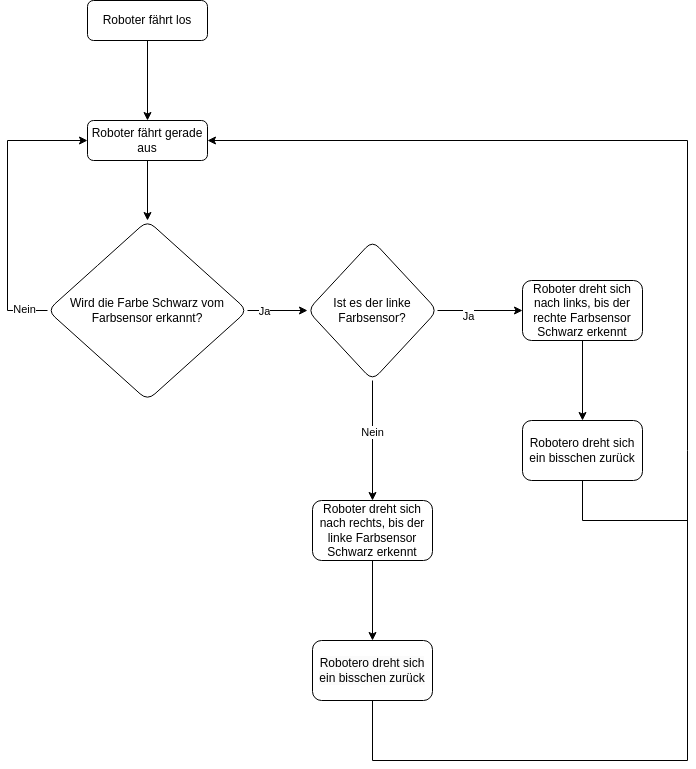
Above: SensorTwo.drawio.png in Vin1X/Lego-Spike-Movement (draw.io), before the change. Source tidied: cells renumbered, new cells last; positions are measured from the earlier drawing's top-left corner, leaving out a move shared by most shapes. Its diagram source:
```xml
<mxGraphModel>
  <root>
    <mxCell id="0" />
    <mxCell id="1" parent="0" />
    <mxCell id="2" style="edgeStyle=orthogonalEdgeStyle;rounded=0;jettySize=auto;html=1;" parent="1" edge="1" source="3" target="5">
      <mxGeometry relative="1" as="geometry" />
    </mxCell>
    <mxCell id="3" value="Roboter fährt los" style="rounded=1;whiteSpace=wrap;html=1;fontSize=12;glass=0;strokeWidth=1;shadow=0;" parent="1" vertex="1">
      <mxGeometry x="80" width="120" height="40" as="geometry" />
    </mxCell>
    <mxCell id="4" style="edgeStyle=orthogonalEdgeStyle;rounded=0;jettySize=auto;html=1;" parent="1" edge="1" source="5" target="8">
      <mxGeometry relative="1" as="geometry" />
    </mxCell>
    <mxCell id="5" value="Roboter fährt gerade aus" style="rounded=1;whiteSpace=wrap;html=1;fontSize=12;glass=0;strokeWidth=1;shadow=0;" parent="1" vertex="1">
      <mxGeometry x="80" y="120" width="120" height="40" as="geometry" />
    </mxCell>
    <mxCell id="6" style="edgeStyle=orthogonalEdgeStyle;rounded=0;jettySize=auto;html=1;" parent="1" edge="1" source="8" target="15">
      <mxGeometry relative="1" as="geometry" />
    </mxCell>
    <mxCell id="7" value="Ja" style="edgeLabel;html=1;align=center;verticalAlign=middle;" parent="6" vertex="1">
      <mxGeometry x="-0.47" relative="1" as="geometry" />
    </mxCell>
    <mxCell id="8" value="Wird die Farbe Schwarz vom Farbsensor erkannt?" style="rhombus;whiteSpace=wrap;html=1;rounded=1;glass=0;strokeWidth=1;shadow=0;" parent="1" vertex="1">
      <mxGeometry x="40" y="220" width="200" height="180" as="geometry" />
    </mxCell>
    <mxCell id="9" style="endArrow=classic;html=1;rounded=0;exitX=0;exitY=0.5;exitDx=0;exitDy=0;entryX=0;entryY=0.5;entryDx=0;entryDy=0;" parent="1" edge="1" source="8" target="5">
      <mxGeometry relative="1" as="geometry">
        <Array as="points">
          <mxPoint y="310" />
          <mxPoint y="140" />
        </Array>
      </mxGeometry>
    </mxCell>
    <mxCell id="10" value="Nein" style="edgeLabel;html=1;align=center;verticalAlign=middle;" parent="9" vertex="1">
      <mxGeometry x="-0.83" y="-2" relative="1" as="geometry" />
    </mxCell>
    <mxCell id="11" style="edgeStyle=orthogonalEdgeStyle;rounded=0;jettySize=auto;html=1;" parent="1" edge="1" source="15" target="17">
      <mxGeometry relative="1" as="geometry" />
    </mxCell>
    <mxCell id="12" value="Ja" style="edgeLabel;html=1;align=center;verticalAlign=middle;" parent="11" vertex="1">
      <mxGeometry x="-0.29" y="-5" relative="1" as="geometry" />
    </mxCell>
    <mxCell id="13" style="edgeStyle=orthogonalEdgeStyle;rounded=0;jettySize=auto;html=1;" parent="1" edge="1" source="15" target="20">
      <mxGeometry relative="1" as="geometry" />
    </mxCell>
    <mxCell id="14" value="Nein" style="edgeLabel;html=1;align=center;verticalAlign=middle;" parent="13" vertex="1">
      <mxGeometry x="-0.15" y="-1" relative="1" as="geometry" />
    </mxCell>
    <mxCell id="15" value="Ist es der linke Farbsensor?" style="rhombus;whiteSpace=wrap;html=1;rounded=1;glass=0;strokeWidth=1;shadow=0;" parent="1" vertex="1">
      <mxGeometry x="300" y="240" width="130" height="140" as="geometry" />
    </mxCell>
    <mxCell id="16" style="edgeStyle=orthogonalEdgeStyle;rounded=0;jettySize=auto;html=1;" parent="1" edge="1" source="17" target="18">
      <mxGeometry relative="1" as="geometry" />
    </mxCell>
    <mxCell id="17" value="Roboter dreht sich nach links, bis der rechte Farbsensor Schwarz erkennt" style="whiteSpace=wrap;html=1;rounded=1;glass=0;strokeWidth=1;shadow=0;" parent="1" vertex="1">
      <mxGeometry x="515" y="280" width="120" height="60" as="geometry" />
    </mxCell>
    <mxCell id="18" value="Robotero dreht sich ein bisschen zurück" style="whiteSpace=wrap;html=1;rounded=1;glass=0;strokeWidth=1;shadow=0;" parent="1" vertex="1">
      <mxGeometry x="515" y="420" width="120" height="60" as="geometry" />
    </mxCell>
    <mxCell id="19" style="edgeStyle=orthogonalEdgeStyle;rounded=0;jettySize=auto;html=1;" parent="1" edge="1" source="20" target="21">
      <mxGeometry relative="1" as="geometry" />
    </mxCell>
    <mxCell id="20" value="Roboter dreht sich nach rechts, bis der linke Farbsensor Schwarz erkennt" style="whiteSpace=wrap;html=1;rounded=1;glass=0;strokeWidth=1;shadow=0;" parent="1" vertex="1">
      <mxGeometry x="305" y="500" width="120" height="60" as="geometry" />
    </mxCell>
    <mxCell id="21" value="&lt;span style=&quot;color: rgb(0, 0, 0); font-family: Helvetica; font-size: 12px; font-style: normal; font-variant-ligatures: normal; font-variant-caps: normal; font-weight: 400; letter-spacing: normal; orphans: 2; text-align: center; text-indent: 0px; text-transform: none; widows: 2; word-spacing: 0px; -webkit-text-stroke-width: 0px; white-space: normal; background-color: rgb(251, 251, 251); text-decoration-thickness: initial; text-decoration-style: initial; text-decoration-color: initial; display: inline !important; float: none;&quot;&gt;Robotero dreht sich ein bisschen zurück&lt;/span&gt;" style="whiteSpace=wrap;html=1;rounded=1;glass=0;strokeWidth=1;shadow=0;" parent="1" vertex="1">
      <mxGeometry x="305" y="640" width="120" height="60" as="geometry" />
    </mxCell>
    <mxCell id="22" style="endArrow=classic;html=1;rounded=0;exitX=0.5;exitY=1;exitDx=0;exitDy=0;entryX=1;entryY=0.5;entryDx=0;entryDy=0;" parent="1" edge="1" source="21" target="5">
      <mxGeometry relative="1" as="geometry">
        <Array as="points">
          <mxPoint x="365" y="760" />
          <mxPoint x="680" y="760" />
          <mxPoint x="680" y="140" />
        </Array>
      </mxGeometry>
    </mxCell>
    <mxCell id="23" style="endArrow=none;html=1;rounded=0;entryX=0.5;entryY=1;entryDx=0;entryDy=0;" parent="1" edge="1" target="18">
      <mxGeometry relative="1" as="geometry">
        <mxPoint x="680" y="520" as="sourcePoint" />
        <Array as="points">
          <mxPoint x="575" y="520" />
        </Array>
      </mxGeometry>
    </mxCell>
  </root>
</mxGraphModel>
```
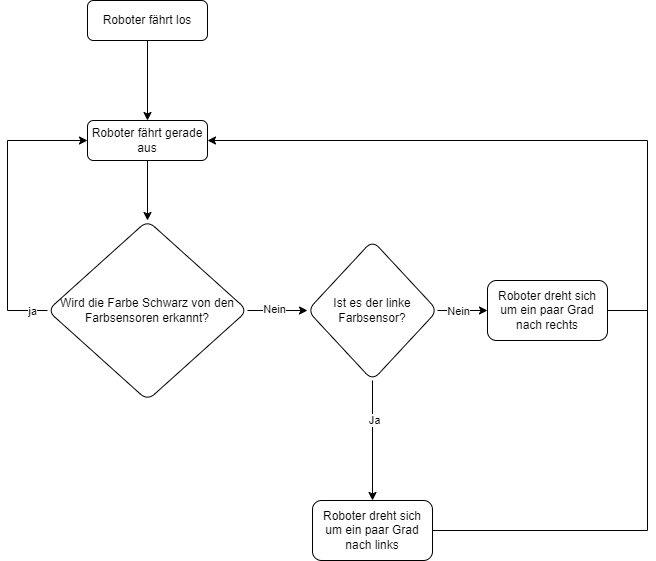
After the commit.

What changed in the source:
```diff
@@ -14,15 +14,26 @@
     <mxCell id="5" value="Roboter fährt gerade aus" style="rounded=1;whiteSpace=wrap;html=1;fontSize=12;glass=0;strokeWidth=1;shadow=0;" parent="1" vertex="1">
       <mxGeometry x="80" y="120" width="120" height="40" as="geometry" />
     </mxCell>
-    <mxCell id="6" style="edgeStyle=orthogonalEdgeStyle;rounded=0;jettySize=auto;html=1;" parent="1" edge="1" source="8" target="15">
-      <mxGeometry relative="1" as="geometry" />
-    </mxCell>
-    <mxCell id="7" value="Ja" style="edgeLabel;html=1;align=center;verticalAlign=middle;" parent="6" vertex="1">
-      <mxGeometry x="-0.47" relative="1" as="geometry" />
-    </mxCell>
-    <mxCell id="8" value="Wird die Farbe Schwarz vom Farbsensor erkannt?" style="rhombus;whiteSpace=wrap;html=1;rounded=1;glass=0;strokeWidth=1;shadow=0;" parent="1" vertex="1">
+    <mxCell id="8" value="Wird die Farbe Schwarz von den Farbsensoren erkannt?" style="rhombus;whiteSpace=wrap;html=1;rounded=1;glass=0;strokeWidth=1;shadow=0;" parent="1" vertex="1">
       <mxGeometry x="40" y="220" width="200" height="180" as="geometry" />
     </mxCell>
+    <mxCell id="24" style="edgeStyle=orthogonalEdgeStyle;rounded=0;jettySize=auto;html=1;" parent="1" edge="1" source="15" target="31">
+      <mxGeometry relative="1" as="geometry" />
+    </mxCell>
+    <mxCell id="25" value="Ja" style="edgeLabel;html=1;align=center;verticalAlign=middle;" parent="24" vertex="1">
+      <mxGeometry x="-0.35" y="1" relative="1" as="geometry" />
+    </mxCell>
+    <mxCell id="26" style="edgeStyle=orthogonalEdgeStyle;rounded=0;jettySize=auto;html=1;" parent="1" edge="1" source="15" target="32">
+      <mxGeometry relative="1" as="geometry" />
+    </mxCell>
+    <mxCell id="27" value="Nein" style="edgeLabel;html=1;align=center;verticalAlign=middle;" parent="26" vertex="1">
+      <mxGeometry x="-0.64" y="1" relative="1" as="geometry">
+        <mxPoint x="11" y="1" as="offset" />
+      </mxGeometry>
+    </mxCell>
+    <mxCell id="15" value="Ist es der linke Farbsensor?" style="rhombus;whiteSpace=wrap;html=1;rounded=1;glass=0;strokeWidth=1;shadow=0;" parent="1" vertex="1">
+      <mxGeometry x="300" y="240" width="130" height="140" as="geometry" />
+    </mxCell>
     <mxCell id="9" style="endArrow=classic;html=1;rounded=0;exitX=0;exitY=0.5;exitDx=0;exitDy=0;entryX=0;entryY=0.5;entryDx=0;entryDy=0;" parent="1" edge="1" source="8" target="5">
       <mxGeometry relative="1" as="geometry">
         <Array as="points">
@@ -31,58 +42,35 @@
         </Array>
       </mxGeometry>
     </mxCell>
-    <mxCell id="10" value="Nein" style="edgeLabel;html=1;align=center;verticalAlign=middle;" parent="9" vertex="1">
-      <mxGeometry x="-0.83" y="-2" relative="1" as="geometry" />
-    </mxCell>
-    <mxCell id="11" style="edgeStyle=orthogonalEdgeStyle;rounded=0;jettySize=auto;html=1;" parent="1" edge="1" source="15" target="17">
-      <mxGeometry relative="1" as="geometry" />
-    </mxCell>
-    <mxCell id="12" value="Ja" style="edgeLabel;html=1;align=center;verticalAlign=middle;" parent="11" vertex="1">
-      <mxGeometry x="-0.29" y="-5" relative="1" as="geometry" />
-    </mxCell>
-    <mxCell id="13" style="edgeStyle=orthogonalEdgeStyle;rounded=0;jettySize=auto;html=1;" parent="1" edge="1" source="15" target="20">
-      <mxGeometry relative="1" as="geometry" />
-    </mxCell>
-    <mxCell id="14" value="Nein" style="edgeLabel;html=1;align=center;verticalAlign=middle;" parent="13" vertex="1">
-      <mxGeometry x="-0.15" y="-1" relative="1" as="geometry" />
-    </mxCell>
-    <mxCell id="15" value="Ist es der linke Farbsensor?" style="rhombus;whiteSpace=wrap;html=1;rounded=1;glass=0;strokeWidth=1;shadow=0;" parent="1" vertex="1">
-      <mxGeometry x="300" y="240" width="130" height="140" as="geometry" />
-    </mxCell>
-    <mxCell id="16" style="edgeStyle=orthogonalEdgeStyle;rounded=0;jettySize=auto;html=1;" parent="1" edge="1" source="17" target="18">
-      <mxGeometry relative="1" as="geometry" />
-    </mxCell>
-    <mxCell id="17" value="Roboter dreht sich nach links, bis der rechte Farbsensor Schwarz erkennt" style="whiteSpace=wrap;html=1;rounded=1;glass=0;strokeWidth=1;shadow=0;" parent="1" vertex="1">
-      <mxGeometry x="515" y="280" width="120" height="60" as="geometry" />
-    </mxCell>
-    <mxCell id="18" value="Robotero dreht sich ein bisschen zurück" style="whiteSpace=wrap;html=1;rounded=1;glass=0;strokeWidth=1;shadow=0;" parent="1" vertex="1">
-      <mxGeometry x="515" y="420" width="120" height="60" as="geometry" />
-    </mxCell>
-    <mxCell id="19" style="edgeStyle=orthogonalEdgeStyle;rounded=0;jettySize=auto;html=1;" parent="1" edge="1" source="20" target="21">
-      <mxGeometry relative="1" as="geometry" />
-    </mxCell>
-    <mxCell id="20" value="Roboter dreht sich nach rechts, bis der linke Farbsensor Schwarz erkennt" style="whiteSpace=wrap;html=1;rounded=1;glass=0;strokeWidth=1;shadow=0;" parent="1" vertex="1">
-      <mxGeometry x="305" y="500" width="120" height="60" as="geometry" />
-    </mxCell>
-    <mxCell id="21" value="&lt;span style=&quot;color: rgb(0, 0, 0); font-family: Helvetica; font-size: 12px; font-style: normal; font-variant-ligatures: normal; font-variant-caps: normal; font-weight: 400; letter-spacing: normal; orphans: 2; text-align: center; text-indent: 0px; text-transform: none; widows: 2; word-spacing: 0px; -webkit-text-stroke-width: 0px; white-space: normal; background-color: rgb(251, 251, 251); text-decoration-thickness: initial; text-decoration-style: initial; text-decoration-color: initial; display: inline !important; float: none;&quot;&gt;Robotero dreht sich ein bisschen zurück&lt;/span&gt;" style="whiteSpace=wrap;html=1;rounded=1;glass=0;strokeWidth=1;shadow=0;" parent="1" vertex="1">
-      <mxGeometry x="305" y="640" width="120" height="60" as="geometry" />
-    </mxCell>
-    <mxCell id="22" style="endArrow=classic;html=1;rounded=0;exitX=0.5;exitY=1;exitDx=0;exitDy=0;entryX=1;entryY=0.5;entryDx=0;entryDy=0;" parent="1" edge="1" source="21" target="5">
-      <mxGeometry relative="1" as="geometry">
-        <Array as="points">
-          <mxPoint x="365" y="760" />
-          <mxPoint x="680" y="760" />
-          <mxPoint x="680" y="140" />
-        </Array>
-      </mxGeometry>
-    </mxCell>
-    <mxCell id="23" style="endArrow=none;html=1;rounded=0;entryX=0.5;entryY=1;entryDx=0;entryDy=0;" parent="1" edge="1" target="18">
-      <mxGeometry relative="1" as="geometry">
-        <mxPoint x="680" y="520" as="sourcePoint" />
-        <Array as="points">
-          <mxPoint x="575" y="520" />
-        </Array>
-      </mxGeometry>
-    </mxCell>
+    <mxCell id="28" value="ja" style="edgeLabel;html=1;align=center;verticalAlign=middle;" parent="9" vertex="1">
+      <mxGeometry x="-0.89" relative="1" as="geometry" />
+    </mxCell>
+    <mxCell id="29" style="endArrow=classic;html=1;rounded=0;exitX=1;exitY=0.5;exitDx=0;exitDy=0;" parent="1" edge="1" source="8">
+      <mxGeometry relative="1" as="geometry">
+        <mxPoint x="300" y="310" as="targetPoint" />
+      </mxGeometry>
+    </mxCell>
+    <mxCell id="30" value="Nein" style="edgeLabel;html=1;align=center;verticalAlign=middle;" parent="29" vertex="1">
+      <mxGeometry x="-0.13" y="2" relative="1" as="geometry" />
+    </mxCell>
+    <mxCell id="31" value="Roboter dreht sich um ein paar Grad nach links" style="whiteSpace=wrap;html=1;rounded=1;glass=0;strokeWidth=1;shadow=0;" parent="1" vertex="1">
+      <mxGeometry x="305" y="500" width="120" height="60" as="geometry" />
+    </mxCell>
+    <mxCell id="32" value="Roboter dreht sich um ein paar Grad nach rechts" style="whiteSpace=wrap;html=1;rounded=1;glass=0;strokeWidth=1;shadow=0;" parent="1" vertex="1">
+      <mxGeometry x="480" y="280" width="120" height="60" as="geometry" />
+    </mxCell>
+    <mxCell id="33" style="endArrow=classic;html=1;rounded=0;exitX=1;exitY=0.5;exitDx=0;exitDy=0;entryX=1;entryY=0.5;entryDx=0;entryDy=0;" parent="1" edge="1" source="31" target="5">
+      <mxGeometry relative="1" as="geometry">
+        <Array as="points">
+          <mxPoint x="640" y="530" />
+          <mxPoint x="640" y="140" />
+        </Array>
+      </mxGeometry>
+    </mxCell>
+    <mxCell id="34" style="endArrow=none;html=1;rounded=0;entryX=1;entryY=0.5;entryDx=0;entryDy=0;" parent="1" edge="1" target="32">
+      <mxGeometry relative="1" as="geometry">
+        <mxPoint x="640" y="310" as="sourcePoint" />
+      </mxGeometry>
+    </mxCell>
   </root>
 </mxGraphModel>
```
